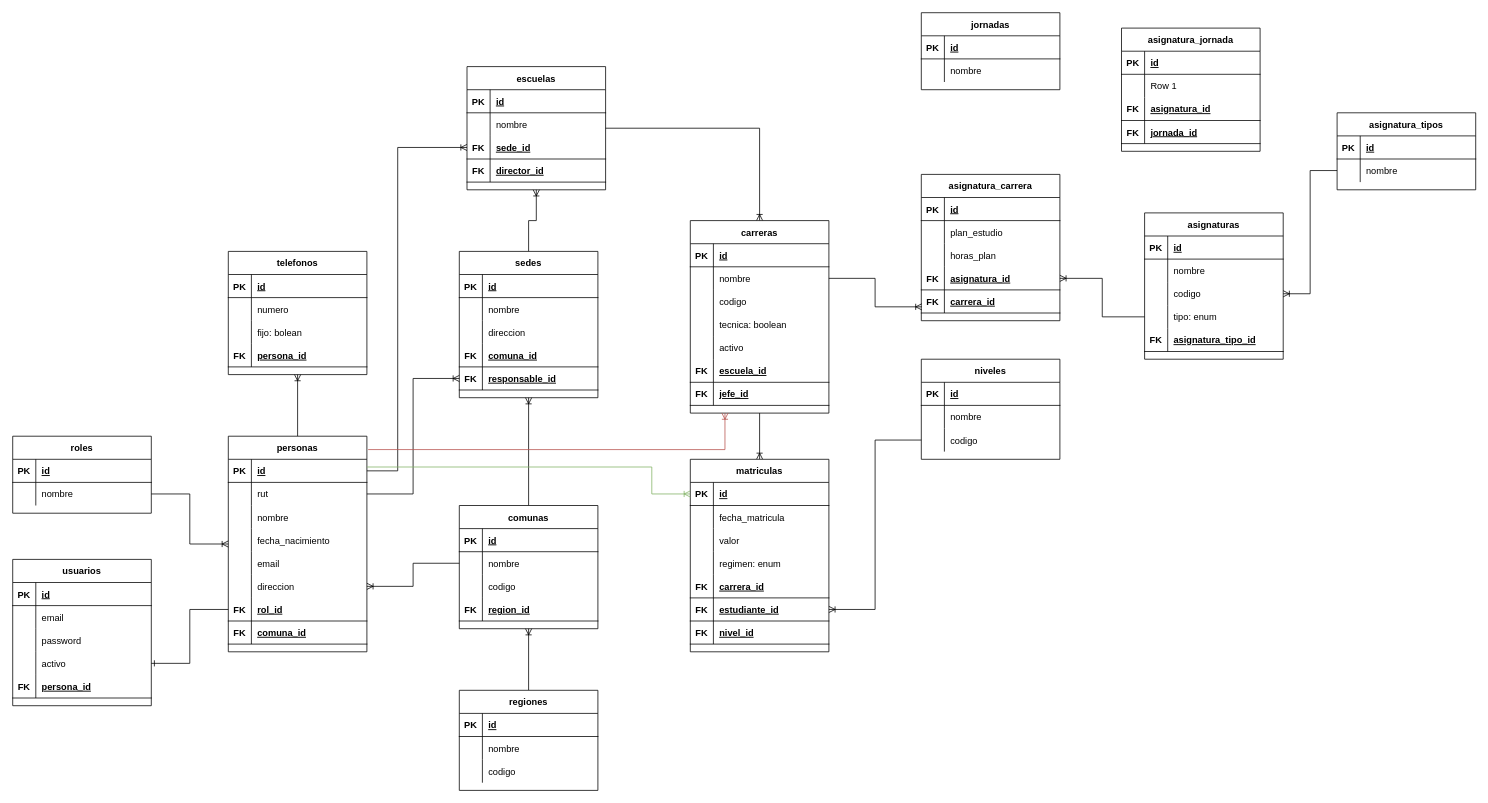
The draw.io diagram Modelo Fisico pro202-3604.drawio in segundogaldames/pro202-3604, before the edit. Source tidied: cells renumbered, new cells numbered last; positions are measured from the earlier drawing's top-left corner, leaving out a move shared by most shapes. Both pictures are drawn from the tidied source at 77%, with x=0, y=0 at pixel (12, 12).
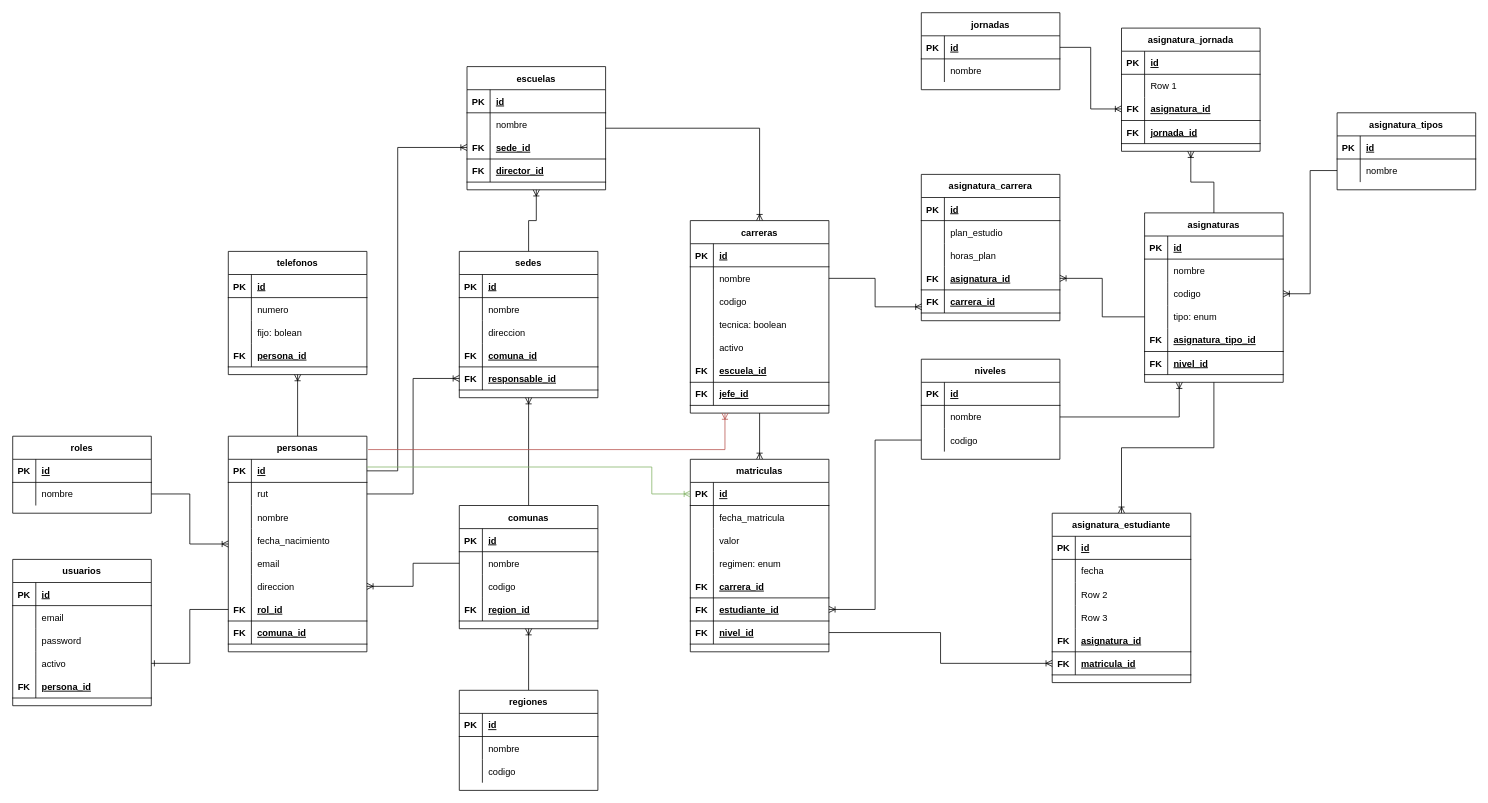
After the change.

The change refers to these unchanged cells:
```xml
<mxCell id="168" style="shape=partialRectangle;fillColor=none;top=0;left=0;bottom=1;right=0;points=[[0,0.5],[1,0.5]];portConstraint=eastwest;" parent="149" vertex="1">
  <mxGeometry y="210" width="180" height="30" as="geometry" />
</mxCell>
<mxCell id="176" style="shape=partialRectangle;fillColor=none;top=0;left=0;bottom=0;right=0;points=[[0,0.5],[1,0.5]];portConstraint=eastwest;" parent="172" vertex="1">
  <mxGeometry y="60" width="180" height="30" as="geometry" />
</mxCell>
<mxCell id="200" style="shape=partialRectangle;fillColor=none;top=0;left=0;bottom=1;right=0;points=[[0,0.5],[1,0.5]];portConstraint=eastwest;" parent="199" vertex="1">
  <mxGeometry y="30" width="180" height="30" as="geometry" />
</mxCell>
<mxCell id="232" value="asignatura_jornada" style="shape=table;startSize=30;childLayout=tableLayout;rowLines=0;fontStyle=1;align=center;" parent="1" vertex="1">
  <mxGeometry x="1440" y="20" width="180" height="160" as="geometry" />
</mxCell>
<mxCell id="239" style="shape=partialRectangle;fillColor=none;top=0;left=0;bottom=1;right=0;points=[[0,0.5],[1,0.5]];portConstraint=eastwest;" parent="232" vertex="1">
  <mxGeometry y="90" width="180" height="30" as="geometry" />
</mxCell>
```

What changed in the source:
```diff
@@
+    <mxCell id="245" style="edgeStyle=orthogonalEdgeStyle;rounded=0;jettySize=auto;html=1;entryX=0.5;entryY=1;entryDx=0;entryDy=0;endArrow=ERoneToMany;endFill=0;" parent="1" edge="1" source="183" target="232">
+      <mxGeometry relative="1" as="geometry" />
+    </mxCell>
+    <mxCell id="246" style="edgeStyle=orthogonalEdgeStyle;rounded=0;jettySize=auto;html=1;entryX=0.5;entryY=0;entryDx=0;entryDy=0;endArrow=ERoneToMany;endFill=0;" parent="1" edge="1" source="183" target="252">
+      <mxGeometry relative="1" as="geometry" />
+    </mxCell>
     <mxCell id="183" value="asignaturas" style="shape=table;startSize=30;childLayout=tableLayout;rowLines=0;fontStyle=1;align=center;" parent="1" vertex="1">
-      <mxGeometry x="1470" y="260" width="180" height="190" as="geometry" />
+      <mxGeometry x="1470" y="260" width="180" height="220" as="geometry" />
     </mxCell>
@@
+    <mxCell id="247" style="shape=partialRectangle;fillColor=none;top=0;left=0;bottom=1;right=0;" parent="183" vertex="1">
+      <mxGeometry y="180" width="180" height="30" as="geometry" />
+    </mxCell>
+    <mxCell id="248" value="FK" style="shape=partialRectangle;fillColor=none;top=0;left=0;bottom=0;right=0;fontStyle=1;overflow=hidden;" parent="247" vertex="1">
+      <mxGeometry width="30" height="30" as="geometry" />
+    </mxCell>
+    <mxCell id="249" value="nivel_id" style="shape=partialRectangle;fillColor=none;top=0;left=0;bottom=0;right=0;align=left;spacingLeft=6;fontStyle=5;overflow=hidden;" parent="247" vertex="1">
+      <mxGeometry x="30" width="150" height="30" as="geometry" />
+    </mxCell>
@@
+    <mxCell id="250" style="edgeStyle=orthogonalEdgeStyle;rounded=0;jettySize=auto;html=1;entryX=0;entryY=0.5;entryDx=0;entryDy=0;endArrow=ERoneToMany;endFill=0;" parent="1" edge="1" source="200" target="239">
+      <mxGeometry relative="1" as="geometry" />
+    </mxCell>
+    <mxCell id="251" style="edgeStyle=orthogonalEdgeStyle;rounded=0;jettySize=auto;html=1;entryX=0.25;entryY=1;entryDx=0;entryDy=0;endArrow=ERoneToMany;endFill=0;" parent="1" edge="1" source="176" target="183">
+      <mxGeometry relative="1" as="geometry" />
+    </mxCell>
+    <mxCell id="252" value="asignatura_estudiante" style="shape=table;startSize=30;childLayout=tableLayout;rowLines=0;fontStyle=1;align=center;" parent="1" vertex="1">
+      <mxGeometry x="1350" y="650" width="180" height="220" as="geometry" />
+    </mxCell>
+    <mxCell id="253" style="shape=partialRectangle;fillColor=none;top=0;left=0;bottom=1;right=0;" parent="252" vertex="1">
+      <mxGeometry y="30" width="180" height="30" as="geometry" />
+    </mxCell>
+    <mxCell id="254" value="PK" style="shape=partialRectangle;fillColor=none;top=0;left=0;bottom=0;right=0;fontStyle=1;overflow=hidden;" parent="253" vertex="1">
+      <mxGeometry width="30" height="30" as="geometry" />
+    </mxCell>
+    <mxCell id="255" value="id" style="shape=partialRectangle;fillColor=none;top=0;left=0;bottom=0;right=0;align=left;spacingLeft=6;fontStyle=5;overflow=hidden;" parent="253" vertex="1">
+      <mxGeometry x="30" width="150" height="30" as="geometry" />
+    </mxCell>
+    <mxCell id="256" style="shape=partialRectangle;fillColor=none;top=0;left=0;bottom=0;right=0;" parent="252" vertex="1">
+      <mxGeometry y="60" width="180" height="30" as="geometry" />
+    </mxCell>
+    <mxCell id="257" style="shape=partialRectangle;fillColor=none;top=0;left=0;bottom=0;right=0;overflow=hidden;" parent="256" vertex="1">
+      <mxGeometry width="30" height="30" as="geometry" />
+    </mxCell>
+    <mxCell id="258" value="fecha" style="shape=partialRectangle;fillColor=none;top=0;left=0;bottom=0;right=0;align=left;spacingLeft=6;overflow=hidden;" parent="256" vertex="1">
+      <mxGeometry x="30" width="150" height="30" as="geometry" />
+    </mxCell>
+    <mxCell id="259" style="shape=partialRectangle;fillColor=none;top=0;left=0;bottom=0;right=0;" parent="252" vertex="1">
+      <mxGeometry y="90" width="180" height="30" as="geometry" />
+    </mxCell>
+    <mxCell id="260" style="shape=partialRectangle;fillColor=none;top=0;left=0;bottom=0;right=0;overflow=hidden;" parent="259" vertex="1">
+      <mxGeometry width="30" height="30" as="geometry" />
+    </mxCell>
+    <mxCell id="261" value="Row 2" style="shape=partialRectangle;fillColor=none;top=0;left=0;bottom=0;right=0;align=left;spacingLeft=6;overflow=hidden;" parent="259" vertex="1">
+      <mxGeometry x="30" width="150" height="30" as="geometry" />
+    </mxCell>
+    <mxCell id="262" style="shape=partialRectangle;fillColor=none;top=0;left=0;bottom=0;right=0;" parent="252" vertex="1">
+      <mxGeometry y="120" width="180" height="30" as="geometry" />
+    </mxCell>
+    <mxCell id="263" style="shape=partialRectangle;fillColor=none;top=0;left=0;bottom=0;right=0;overflow=hidden;" parent="262" vertex="1">
+      <mxGeometry width="30" height="30" as="geometry" />
+    </mxCell>
+    <mxCell id="264" value="Row 3" style="shape=partialRectangle;fillColor=none;top=0;left=0;bottom=0;right=0;align=left;spacingLeft=6;overflow=hidden;" parent="262" vertex="1">
+      <mxGeometry x="30" width="150" height="30" as="geometry" />
+    </mxCell>
+    <mxCell id="265" style="shape=partialRectangle;fillColor=none;top=0;left=0;bottom=1;right=0;" parent="252" vertex="1">
+      <mxGeometry y="150" width="180" height="30" as="geometry" />
+    </mxCell>
+    <mxCell id="266" value="FK" style="shape=partialRectangle;fillColor=none;top=0;left=0;bottom=0;right=0;fontStyle=1;overflow=hidden;" parent="265" vertex="1">
+      <mxGeometry width="30" height="30" as="geometry" />
+    </mxCell>
+    <mxCell id="267" value="asignatura_id" style="shape=partialRectangle;fillColor=none;top=0;left=0;bottom=0;right=0;align=left;spacingLeft=6;fontStyle=5;overflow=hidden;" parent="265" vertex="1">
+      <mxGeometry x="30" width="150" height="30" as="geometry" />
+    </mxCell>
+    <mxCell id="268" style="shape=partialRectangle;fillColor=none;top=0;left=0;bottom=1;right=0;points=[[0,0.5],[1,0.5]];portConstraint=eastwest;" parent="252" vertex="1">
+      <mxGeometry y="180" width="180" height="30" as="geometry" />
+    </mxCell>
+    <mxCell id="269" value="FK" style="shape=partialRectangle;fillColor=none;top=0;left=0;bottom=0;right=0;fontStyle=1;overflow=hidden;" parent="268" vertex="1">
+      <mxGeometry width="30" height="30" as="geometry" />
+    </mxCell>
+    <mxCell id="270" value="matricula_id" style="shape=partialRectangle;fillColor=none;top=0;left=0;bottom=0;right=0;align=left;spacingLeft=6;fontStyle=5;overflow=hidden;" parent="268" vertex="1">
+      <mxGeometry x="30" width="150" height="30" as="geometry" />
+    </mxCell>
+    <mxCell id="271" style="edgeStyle=orthogonalEdgeStyle;rounded=0;jettySize=auto;html=1;entryX=0;entryY=0.5;entryDx=0;entryDy=0;endArrow=ERoneToMany;endFill=0;" parent="1" edge="1" source="168" target="268">
+      <mxGeometry relative="1" as="geometry" />
+    </mxCell>
```
